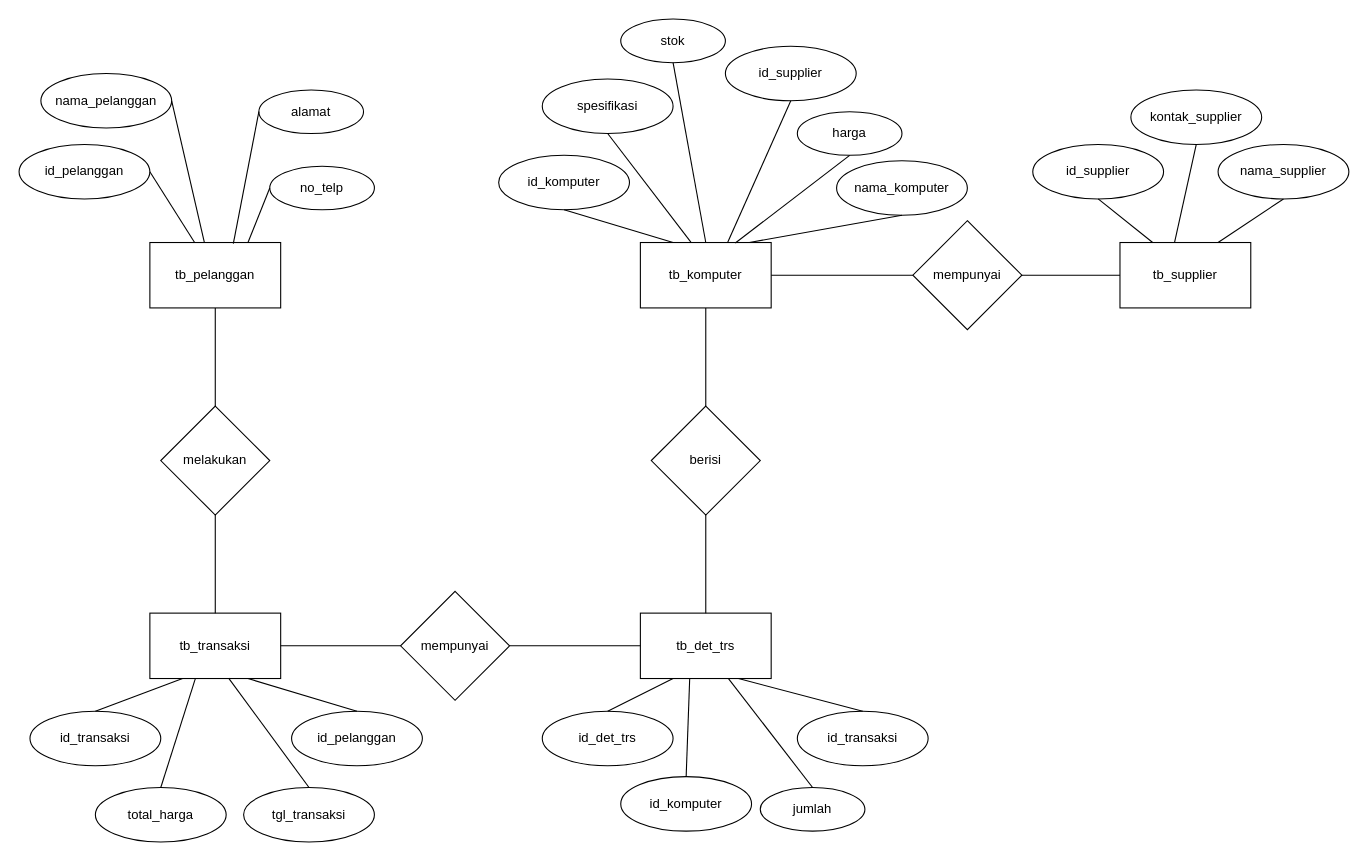
Before: ERD_BaliKomputer.drawio in elikawicaksana/BuildIT_BasisData, a draw.io diagram. Source tidied: cells renumbered, new cells numbered last; positions are measured from the earlier drawing's top-left corner, leaving out a move shared by most shapes. Both pictures are drawn from the tidied source at 109%, with x=0, y=0 at pixel (19, 19).
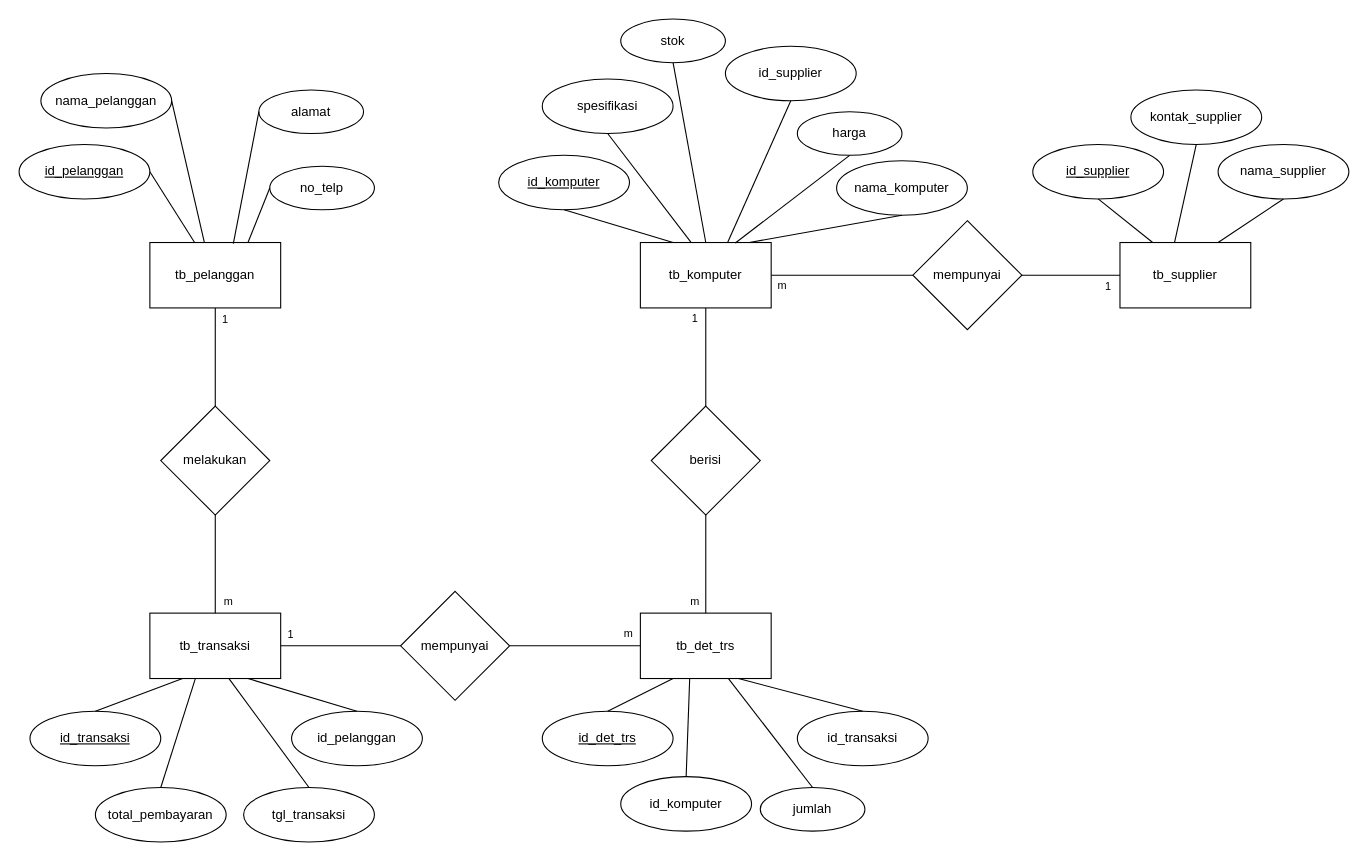
After the change.

Unchanged cells that the change refers to:
```xml
<mxCell id="6" value="tb_supplier" style="rounded=0;whiteSpace=wrap;html=1;" parent="1" vertex="1">
  <mxGeometry x="1010" y="205" width="120" height="60" as="geometry" />
</mxCell>
<mxCell id="9" value="mempunyai" style="rhombus;whiteSpace=wrap;html=1;" parent="1" vertex="1">
  <mxGeometry x="820" y="185" width="100" height="100" as="geometry" />
</mxCell>
```

What changed in the source:
```diff
@@
-    <mxCell id="18" style="endArrow=none;html=1;rounded=0;entryX=1;entryY=0.5;entryDx=0;entryDy=0;exitX=0;exitY=0.5;exitDx=0;exitDy=0;" parent="1" edge="1" source="6" target="9">
-      <mxGeometry relative="1" as="geometry" />
-    </mxCell>
-    <mxCell id="19" value="id_pelanggan" style="ellipse;whiteSpace=wrap;html=1;" parent="1" vertex="1">
+    <mxCell id="19" value="&lt;u&gt;id_pelanggan&lt;/u&gt;" style="ellipse;whiteSpace=wrap;html=1;" parent="1" vertex="1">
       <mxGeometry y="115" width="120" height="50" as="geometry" />
     </mxCell>
@@
-    <mxCell id="23" value="id_transaksi" style="ellipse;whiteSpace=wrap;html=1;" parent="1" vertex="1">
+    <mxCell id="23" value="&lt;u&gt;id_transaksi&lt;/u&gt;" style="ellipse;whiteSpace=wrap;html=1;" parent="1" vertex="1">
       <mxGeometry x="10" y="635" width="120" height="50" as="geometry" />
     </mxCell>
@@
-    <mxCell id="25" value="total_harga" style="ellipse;whiteSpace=wrap;html=1;" parent="1" vertex="1">
+    <mxCell id="25" value="total_pembayaran" style="ellipse;whiteSpace=wrap;html=1;" parent="1" vertex="1">
       <mxGeometry x="70" y="705" width="120" height="50" as="geometry" />
     </mxCell>
@@
-    <mxCell id="28" value="id_det_trs" style="ellipse;whiteSpace=wrap;html=1;" parent="1" vertex="1">
+    <mxCell id="28" value="&lt;u&gt;id_det_trs&lt;/u&gt;" style="ellipse;whiteSpace=wrap;html=1;" parent="1" vertex="1">
       <mxGeometry x="480" y="635" width="120" height="50" as="geometry" />
     </mxCell>
@@
-    <mxCell id="31" value="id_komputer" style="ellipse;whiteSpace=wrap;html=1;" parent="1" vertex="1">
+    <mxCell id="31" value="&lt;u&gt;id_komputer&lt;/u&gt;" style="ellipse;whiteSpace=wrap;html=1;" parent="1" vertex="1">
       <mxGeometry x="440" y="125" width="120" height="50" as="geometry" />
     </mxCell>
@@
-    <mxCell id="37" value="id_supplier" style="ellipse;whiteSpace=wrap;html=1;" parent="1" vertex="1">
+    <mxCell id="37" value="&lt;u&gt;id_supplier&lt;/u&gt;" style="ellipse;whiteSpace=wrap;html=1;" parent="1" vertex="1">
       <mxGeometry x="930" y="115" width="120" height="50" as="geometry" />
     </mxCell>
@@
+    <mxCell id="61" value="&lt;font style=&quot;font-size: 10px;&quot;&gt;1&lt;/font&gt;" style="text;html=1;align=center;verticalAlign=middle;strokeColor=none;fillColor=none;" parent="1" vertex="1">
+      <mxGeometry x="174" y="260" width="30" height="30" as="geometry" />
+    </mxCell>
+    <mxCell id="62" value="&lt;font style=&quot;font-size: 10px;&quot;&gt;m&lt;/font&gt;" style="text;html=1;align=center;verticalAlign=middle;strokeColor=none;fillColor=none;" parent="1" vertex="1">
+      <mxGeometry x="177" y="519" width="30" height="30" as="geometry" />
+    </mxCell>
+    <mxCell id="63" value="&lt;font style=&quot;font-size: 10px;&quot;&gt;1&lt;/font&gt;" style="text;html=1;align=center;verticalAlign=middle;strokeColor=none;fillColor=none;" parent="1" vertex="1">
+      <mxGeometry x="234" y="549" width="30" height="30" as="geometry" />
+    </mxCell>
+    <mxCell id="64" value="&lt;font style=&quot;font-size: 10px;&quot;&gt;m&lt;/font&gt;" style="text;html=1;align=center;verticalAlign=middle;strokeColor=none;fillColor=none;" parent="1" vertex="1">
+      <mxGeometry x="544" y="548" width="30" height="30" as="geometry" />
+    </mxCell>
+    <mxCell id="65" value="&lt;font style=&quot;font-size: 10px;&quot;&gt;m&lt;/font&gt;" style="text;html=1;align=center;verticalAlign=middle;strokeColor=none;fillColor=none;" parent="1" vertex="1">
+      <mxGeometry x="605" y="519" width="30" height="30" as="geometry" />
+    </mxCell>
+    <mxCell id="66" value="&lt;font style=&quot;font-size: 10px;&quot;&gt;m&lt;/font&gt;" style="text;html=1;align=center;verticalAlign=middle;strokeColor=none;fillColor=none;" parent="1" vertex="1">
+      <mxGeometry x="685" y="229" width="30" height="30" as="geometry" />
+    </mxCell>
+    <mxCell id="67" value="&lt;font style=&quot;font-size: 10px;&quot;&gt;1&lt;/font&gt;" style="text;html=1;align=center;verticalAlign=middle;strokeColor=none;fillColor=none;" parent="1" vertex="1">
+      <mxGeometry x="605" y="259" width="30" height="30" as="geometry" />
+    </mxCell>
+    <mxCell id="68" value="&lt;font style=&quot;font-size: 10px;&quot;&gt;1&lt;/font&gt;" style="text;html=1;align=center;verticalAlign=middle;strokeColor=none;fillColor=none;" parent="1" vertex="1">
+      <mxGeometry x="984" y="230" width="30" height="30" as="geometry" />
+    </mxCell>
+    <mxCell id="69" style="endArrow=none;html=1;rounded=0;exitX=1;exitY=0.5;exitDx=0;exitDy=0;entryX=0;entryY=0.5;entryDx=0;entryDy=0;" parent="1" edge="1" source="9" target="6">
+      <mxGeometry relative="1" as="geometry" />
+    </mxCell>
```
